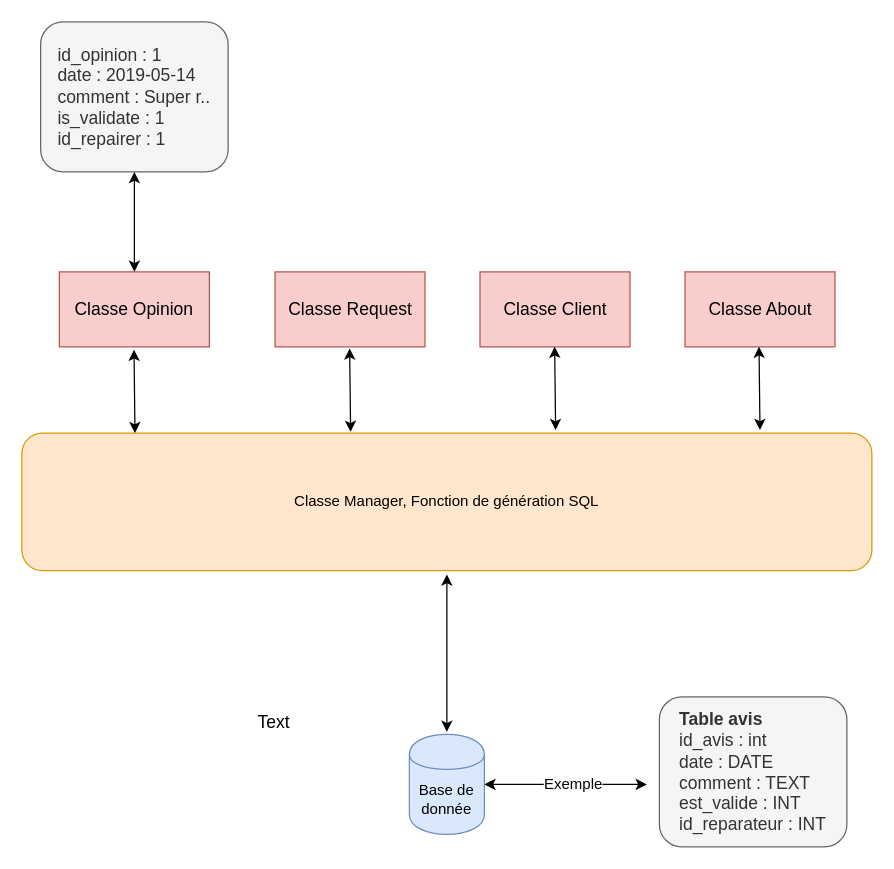
Before: TPI/docs/Documentation/Diagramme/diagramme_POO.drawio in jonathanboreljaquet/TPI_Borel-Jaquet, a draw.io diagram. Source tidied: cells renumbered, new cells numbered last; positions are measured from the earlier drawing's top-left corner, leaving out a move shared by most shapes. Both pictures are drawn from the tidied source at 125%, with x=0, y=0 at pixel (21, 21).
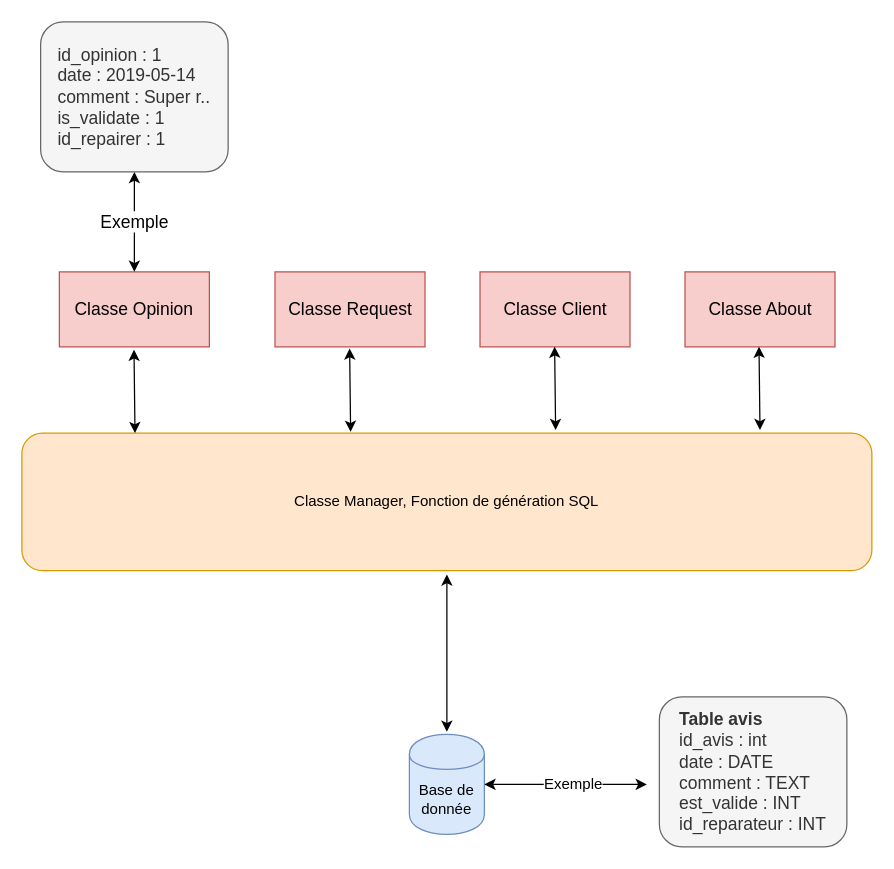
After the change.

Unchanged cells that the change refers to:
```xml
<mxCell id="8" value="Classe Opinion" style="rounded=0;whiteSpace=wrap;html=1;fontSize=14;fillColor=#f8cecc;strokeColor=#b85450;" parent="1" vertex="1">
  <mxGeometry x="30" y="200" width="120" height="60" as="geometry" />
</mxCell>
```

Change to the diagram source:
```diff
@@
-    <mxCell id="16" style="endArrow=classic;startArrow=classic;html=1;fontSize=14;exitX=0.5;exitY=0;exitDx=0;exitDy=0;" parent="1" edge="1" source="8">
+    <mxCell id="16" value="Exemple" style="endArrow=classic;startArrow=classic;html=1;fontSize=14;exitX=0.5;exitY=0;exitDx=0;exitDy=0;" parent="1" edge="1" source="8">
       <mxGeometry relative="1" as="geometry">
         <mxPoint x="90" y="120" as="targetPoint" />
       </mxGeometry>
     </mxCell>
@@
-    <mxCell id="18" value="Text" style="text;html=1;align=left;verticalAlign=top;spacingTop=-4;fontSize=14;" parent="1" vertex="1">
-      <mxGeometry x="187" y="549" width="40" height="20" as="geometry" />
-    </mxCell>
```
